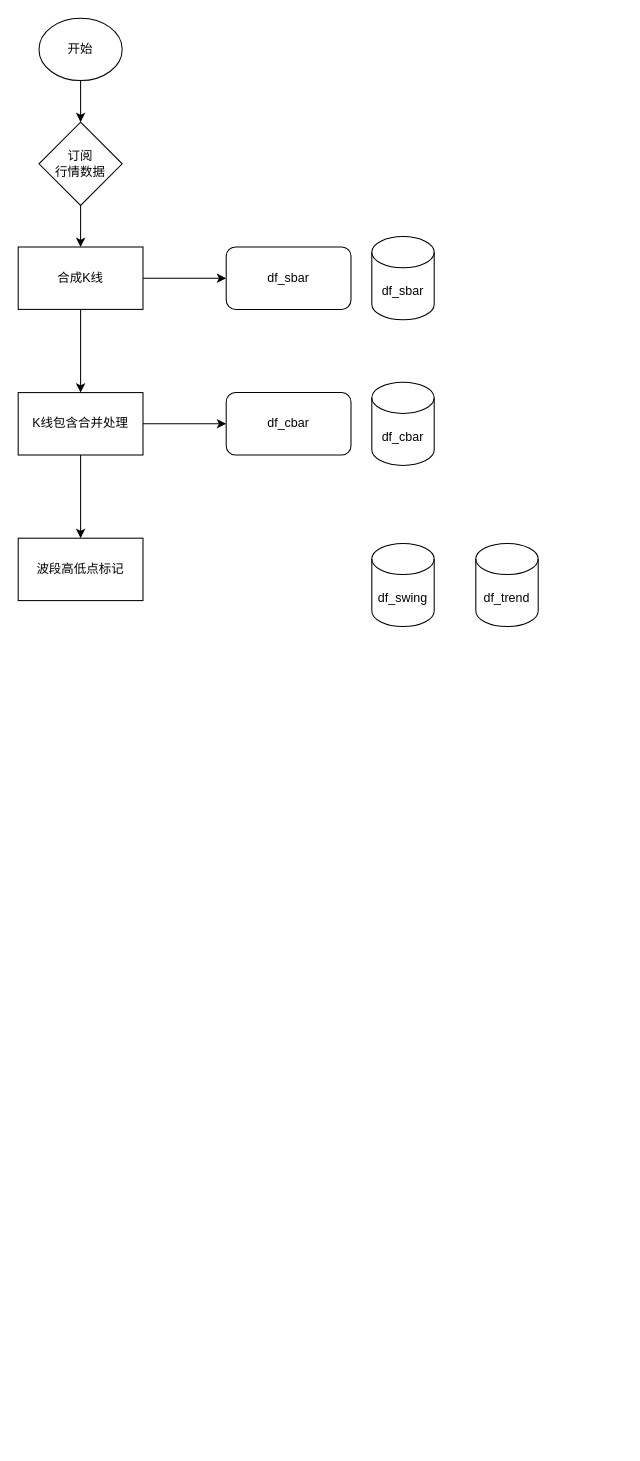
Earlier version of the draw.io diagram page "Pulao" (1 of 9) of docs/followchart.drawio (ligl/pulao). Source tidied: cells renumbered, new cells numbered last; positions are measured from the earlier drawing's top-left corner, leaving out a move shared by most shapes. Both pictures are drawn from the tidied source at 104%, with x=0, y=0 at pixel (18, 18).
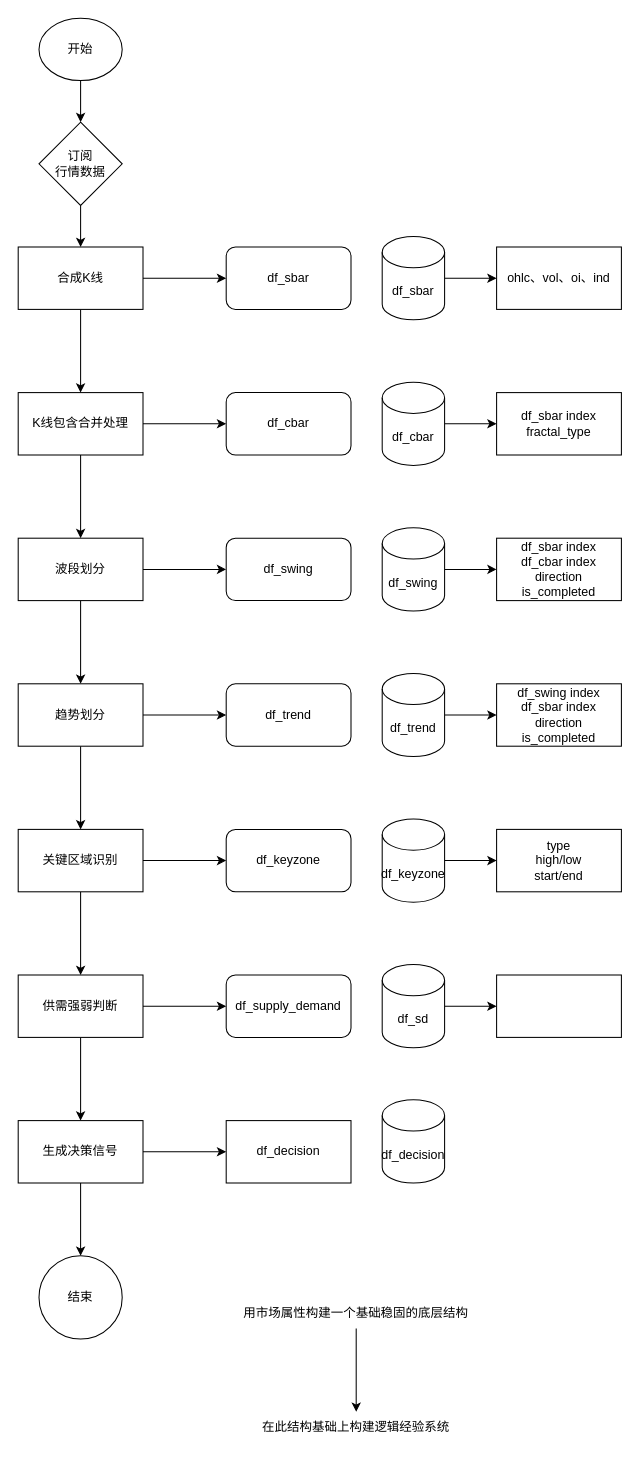
The same page after the edit.

The edit, as a diff of the source:
```diff
@@
+    <mxCell id="19" style="edgeStyle=orthogonalEdgeStyle;rounded=0;jettySize=auto;html=1;" parent="1" edge="1" source="12" target="27">
+      <mxGeometry relative="1" as="geometry" />
+    </mxCell>
+    <mxCell id="20" style="edgeStyle=orthogonalEdgeStyle;rounded=0;jettySize=auto;html=1;" parent="1" edge="1" source="12" target="31">
+      <mxGeometry relative="1" as="geometry" />
+    </mxCell>
-    <mxCell id="12" value="波段高低点标记" style="whiteSpace=wrap;html=1;" parent="1" vertex="1">
+    <mxCell id="12" value="波段划分" style="whiteSpace=wrap;html=1;" parent="1" vertex="1">
       <mxGeometry y="500" width="120" height="60" as="geometry" />
     </mxCell>
@@
+    <mxCell id="21" style="edgeStyle=orthogonalEdgeStyle;rounded=0;jettySize=auto;html=1;" parent="1" edge="1" source="15" target="25">
+      <mxGeometry relative="1" as="geometry" />
+    </mxCell>
     <mxCell id="15" value="df_sbar" style="shape=cylinder3;whiteSpace=wrap;html=1;boundedLbl=1;backgroundOutline=1;size=15;" parent="1" vertex="1">
-      <mxGeometry x="340" y="210" width="60" height="80" as="geometry" />
+      <mxGeometry x="350" y="210" width="60" height="80" as="geometry" />
     </mxCell>
+    <mxCell id="22" style="edgeStyle=orthogonalEdgeStyle;rounded=0;jettySize=auto;html=1;" parent="1" edge="1" source="16" target="26">
+      <mxGeometry relative="1" as="geometry" />
+    </mxCell>
     <mxCell id="16" value="df_cbar" style="shape=cylinder3;whiteSpace=wrap;html=1;boundedLbl=1;backgroundOutline=1;size=15;" parent="1" vertex="1">
-      <mxGeometry x="340" y="350" width="60" height="80" as="geometry" />
+      <mxGeometry x="350" y="350" width="60" height="80" as="geometry" />
     </mxCell>
+    <mxCell id="23" style="edgeStyle=orthogonalEdgeStyle;rounded=0;jettySize=auto;html=1;" parent="1" edge="1" source="17" target="28">
+      <mxGeometry relative="1" as="geometry" />
+    </mxCell>
     <mxCell id="17" value="df_swing" style="shape=cylinder3;whiteSpace=wrap;html=1;boundedLbl=1;backgroundOutline=1;size=15;" parent="1" vertex="1">
-      <mxGeometry x="340" y="505" width="60" height="80" as="geometry" />
+      <mxGeometry x="350" y="490" width="60" height="80" as="geometry" />
     </mxCell>
+    <mxCell id="24" style="edgeStyle=orthogonalEdgeStyle;rounded=0;jettySize=auto;html=1;" parent="1" edge="1" source="18" target="33">
+      <mxGeometry relative="1" as="geometry" />
+    </mxCell>
     <mxCell id="18" value="df_trend" style="shape=cylinder3;whiteSpace=wrap;html=1;boundedLbl=1;backgroundOutline=1;size=15;" parent="1" vertex="1">
-      <mxGeometry x="440" y="505" width="60" height="80" as="geometry" />
+      <mxGeometry x="350" y="630" width="60" height="80" as="geometry" />
     </mxCell>
+    <mxCell id="25" value="ohlc、vol、oi、ind" style="whiteSpace=wrap;html=1;" parent="1" vertex="1">
+      <mxGeometry x="460" y="220" width="120" height="60" as="geometry" />
+    </mxCell>
+    <mxCell id="26" value="df_sbar index&lt;div&gt;fractal_type&lt;/div&gt;" style="whiteSpace=wrap;html=1;" parent="1" vertex="1">
+      <mxGeometry x="460" y="360" width="120" height="60" as="geometry" />
+    </mxCell>
+    <mxCell id="27" value="df_swing" style="rounded=1;whiteSpace=wrap;html=1;" parent="1" vertex="1">
+      <mxGeometry x="200" y="500" width="120" height="60" as="geometry" />
+    </mxCell>
+    <mxCell id="28" value="df_sbar index&lt;div&gt;df_cbar index&lt;/div&gt;&lt;div&gt;direction&lt;/div&gt;&lt;div&gt;is_completed&lt;/div&gt;" style="whiteSpace=wrap;html=1;" parent="1" vertex="1">
+      <mxGeometry x="460" y="500" width="120" height="60" as="geometry" />
+    </mxCell>
+    <mxCell id="29" style="edgeStyle=orthogonalEdgeStyle;rounded=0;jettySize=auto;html=1;" parent="1" edge="1" source="31" target="32">
+      <mxGeometry relative="1" as="geometry" />
+    </mxCell>
+    <mxCell id="30" style="edgeStyle=orthogonalEdgeStyle;rounded=0;jettySize=auto;html=1;" parent="1" edge="1" source="31" target="36">
+      <mxGeometry relative="1" as="geometry" />
+    </mxCell>
+    <mxCell id="31" value="趋势划分" style="whiteSpace=wrap;html=1;" parent="1" vertex="1">
+      <mxGeometry y="640" width="120" height="60" as="geometry" />
+    </mxCell>
+    <mxCell id="32" value="df_trend" style="rounded=1;whiteSpace=wrap;html=1;" parent="1" vertex="1">
+      <mxGeometry x="200" y="640" width="120" height="60" as="geometry" />
+    </mxCell>
+    <mxCell id="33" value="df_swing index&lt;div&gt;df_sbar index&lt;/div&gt;&lt;div&gt;direction&lt;/div&gt;&lt;div&gt;is_completed&lt;/div&gt;" style="whiteSpace=wrap;html=1;" parent="1" vertex="1">
+      <mxGeometry x="460" y="640" width="120" height="60" as="geometry" />
+    </mxCell>
+    <mxCell id="34" style="edgeStyle=orthogonalEdgeStyle;rounded=0;jettySize=auto;html=1;" parent="1" edge="1" source="36" target="37">
+      <mxGeometry relative="1" as="geometry" />
+    </mxCell>
+    <mxCell id="35" style="edgeStyle=orthogonalEdgeStyle;rounded=0;jettySize=auto;html=1;" parent="1" edge="1" source="36" target="43">
+      <mxGeometry relative="1" as="geometry" />
+    </mxCell>
+    <mxCell id="36" value="关键区域识别" style="whiteSpace=wrap;html=1;" parent="1" vertex="1">
+      <mxGeometry y="780" width="120" height="60" as="geometry" />
+    </mxCell>
+    <mxCell id="37" value="df_keyzone" style="rounded=1;whiteSpace=wrap;html=1;" parent="1" vertex="1">
+      <mxGeometry x="200" y="780" width="120" height="60" as="geometry" />
+    </mxCell>
+    <mxCell id="38" style="edgeStyle=orthogonalEdgeStyle;rounded=0;jettySize=auto;html=1;" parent="1" edge="1" source="39" target="40">
+      <mxGeometry relative="1" as="geometry" />
+    </mxCell>
+    <mxCell id="39" value="df_keyzone" style="shape=cylinder3;whiteSpace=wrap;html=1;boundedLbl=1;backgroundOutline=1;size=15;" parent="1" vertex="1">
+      <mxGeometry x="350" y="770" width="60" height="80" as="geometry" />
+    </mxCell>
+    <mxCell id="40" value="type&lt;div&gt;high/low&lt;/div&gt;&lt;div&gt;start/end&lt;/div&gt;" style="whiteSpace=wrap;html=1;" parent="1" vertex="1">
+      <mxGeometry x="460" y="780" width="120" height="60" as="geometry" />
+    </mxCell>
+    <mxCell id="41" style="edgeStyle=orthogonalEdgeStyle;rounded=0;jettySize=auto;html=1;" parent="1" edge="1" source="43" target="44">
+      <mxGeometry relative="1" as="geometry" />
+    </mxCell>
+    <mxCell id="42" style="edgeStyle=orthogonalEdgeStyle;rounded=0;jettySize=auto;html=1;" parent="1" edge="1" source="43" target="50">
+      <mxGeometry relative="1" as="geometry" />
+    </mxCell>
+    <mxCell id="43" value="供需强弱判断" style="whiteSpace=wrap;html=1;" parent="1" vertex="1">
+      <mxGeometry y="920" width="120" height="60" as="geometry" />
+    </mxCell>
+    <mxCell id="44" value="df_supply_demand" style="rounded=1;whiteSpace=wrap;html=1;" parent="1" vertex="1">
+      <mxGeometry x="200" y="920" width="120" height="60" as="geometry" />
+    </mxCell>
+    <mxCell id="45" style="edgeStyle=orthogonalEdgeStyle;rounded=0;jettySize=auto;html=1;" parent="1" edge="1" source="46" target="47">
+      <mxGeometry relative="1" as="geometry" />
+    </mxCell>
+    <mxCell id="46" value="df_sd" style="shape=cylinder3;whiteSpace=wrap;html=1;boundedLbl=1;backgroundOutline=1;size=15;" parent="1" vertex="1">
+      <mxGeometry x="350" y="910" width="60" height="80" as="geometry" />
+    </mxCell>
+    <mxCell id="47" style="whiteSpace=wrap;html=1;" parent="1" vertex="1">
+      <mxGeometry x="460" y="920" width="120" height="60" as="geometry" />
+    </mxCell>
+    <mxCell id="48" style="edgeStyle=orthogonalEdgeStyle;rounded=0;jettySize=auto;html=1;" parent="1" edge="1" source="50" target="51">
+      <mxGeometry relative="1" as="geometry" />
+    </mxCell>
+    <mxCell id="49" style="edgeStyle=orthogonalEdgeStyle;rounded=0;jettySize=auto;html=1;" parent="1" edge="1" source="50" target="56">
+      <mxGeometry relative="1" as="geometry" />
+    </mxCell>
+    <mxCell id="50" value="生成决策信号" style="whiteSpace=wrap;html=1;" parent="1" vertex="1">
+      <mxGeometry y="1060" width="120" height="60" as="geometry" />
+    </mxCell>
+    <mxCell id="51" value="df_decision" style="whiteSpace=wrap;html=1;" parent="1" vertex="1">
+      <mxGeometry x="200" y="1060" width="120" height="60" as="geometry" />
+    </mxCell>
+    <mxCell id="52" value="df_decision" style="shape=cylinder3;whiteSpace=wrap;html=1;boundedLbl=1;backgroundOutline=1;size=15;" parent="1" vertex="1">
+      <mxGeometry x="350" y="1040" width="60" height="80" as="geometry" />
+    </mxCell>
+    <mxCell id="53" style="edgeStyle=orthogonalEdgeStyle;rounded=0;jettySize=auto;html=1;" parent="1" edge="1" source="54" target="55">
+      <mxGeometry relative="1" as="geometry" />
+    </mxCell>
+    <mxCell id="54" value="用市场属性构建一个基础稳固的底层结构" style="text;html=1;whiteSpace=wrap;strokeColor=none;fillColor=none;align=center;verticalAlign=middle;rounded=0;" parent="1" vertex="1">
+      <mxGeometry x="170" y="1230" width="310" height="30" as="geometry" />
+    </mxCell>
+    <mxCell id="55" value="在此结构基础上构建逻辑经验系统" style="text;html=1;whiteSpace=wrap;strokeColor=none;fillColor=none;align=center;verticalAlign=middle;rounded=0;" parent="1" vertex="1">
+      <mxGeometry x="170" y="1340" width="310" height="30" as="geometry" />
+    </mxCell>
+    <mxCell id="56" value="结束" style="ellipse;whiteSpace=wrap;html=1;" parent="1" vertex="1">
+      <mxGeometry x="20" y="1190" width="80" height="80" as="geometry" />
+    </mxCell>
```
